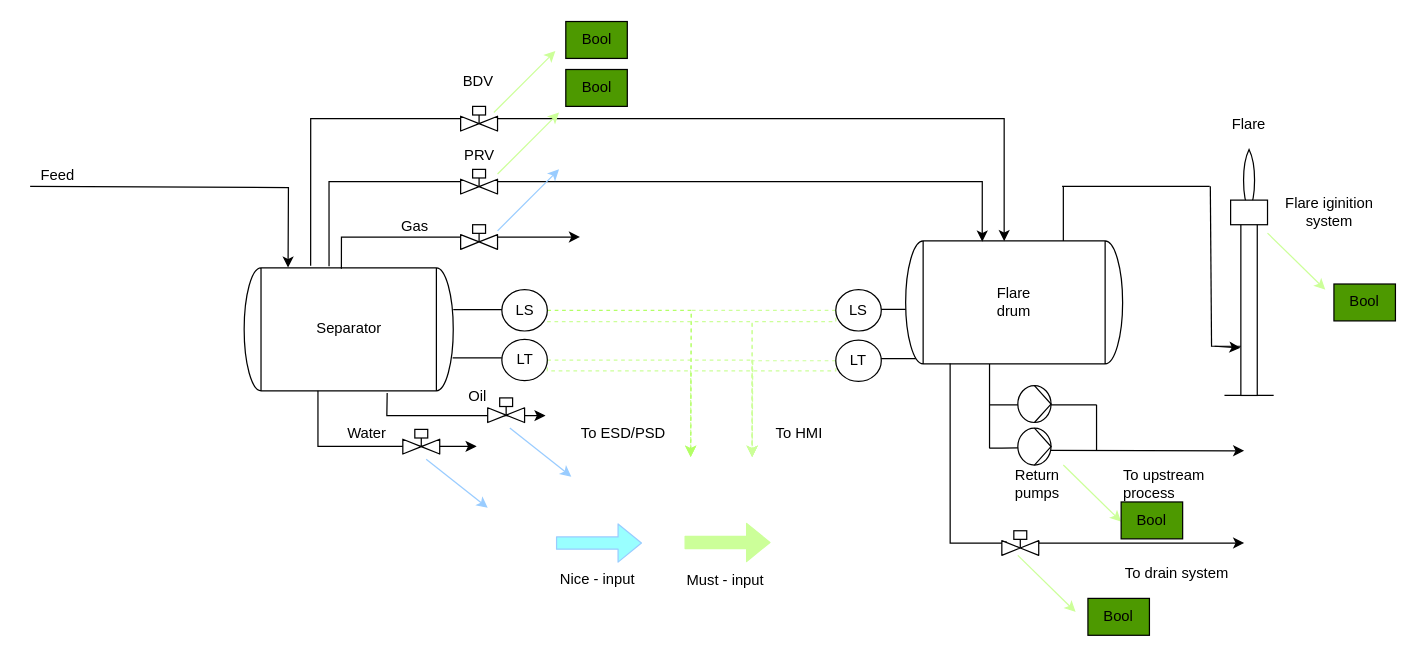
Earlier version of the draw.io diagram diagrams/plc_mapping.drawio (majasma/opc-ua-parser). Source tidied: cells renumbered, new cells numbered last; positions are measured from the earlier drawing's top-left corner, leaving out a move shared by most shapes. Both pictures are drawn from the tidied source at 123%, with x=0, y=0 at pixel (30, 21).
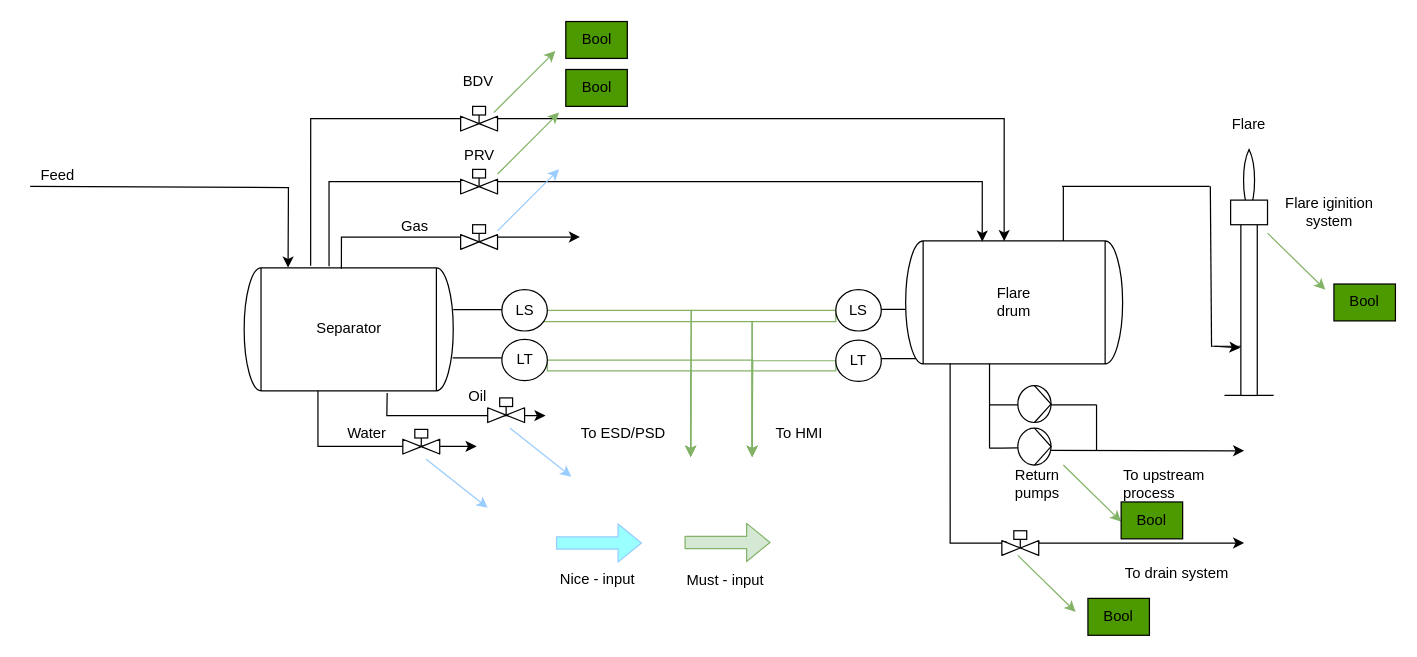
After the change.

Commit message:
fixes to plc mapping

The change refers to these unchanged cells:
```xml
<mxCell id="38" value="LT" style="ellipse;whiteSpace=wrap;html=1;" parent="1" vertex="1">
  <mxGeometry x="383.5" y="258.4" width="37" height="33.6" as="geometry" />
</mxCell>
<mxCell id="42" value="LT" style="ellipse;whiteSpace=wrap;html=1;" parent="1" vertex="1">
  <mxGeometry x="655" y="259" width="37" height="33.6" as="geometry" />
</mxCell>
<mxCell id="45" value="LS" style="ellipse;whiteSpace=wrap;html=1;" parent="1" vertex="1">
  <mxGeometry x="655" y="218" width="37" height="33.6" as="geometry" />
</mxCell>
<mxCell id="48" value="LS" style="ellipse;whiteSpace=wrap;html=1;" parent="1" vertex="1">
  <mxGeometry x="383.5" y="218" width="37" height="33.6" as="geometry" />
</mxCell>
```

Change to the diagram source:
```diff
@@
-    <mxCell id="36" style="edgeStyle=orthogonalEdgeStyle;html=1;exitX=1;exitY=0.5;exitDx=0;exitDy=0;dashed=1;rounded=0;fillColor=#CCFF99;strokeColor=#CCFF99;" parent="1" edge="1" source="38">
+    <mxCell id="36" style="edgeStyle=orthogonalEdgeStyle;html=1;exitX=1;exitY=0.5;exitDx=0;exitDy=0;rounded=0;fillColor=#d5e8d4;strokeColor=#82b366;" parent="1" edge="1" source="38">
       <mxGeometry relative="1" as="geometry">
         <mxPoint x="587" y="354" as="targetPoint" />
       </mxGeometry>
     </mxCell>
-    <mxCell id="37" style="edgeStyle=orthogonalEdgeStyle;html=1;exitX=1;exitY=0.5;exitDx=0;exitDy=0;dashed=1;rounded=0;strokeColor=#CCFF99;" parent="1" edge="1" source="38">
+    <mxCell id="37" style="edgeStyle=orthogonalEdgeStyle;html=1;exitX=1;exitY=0.5;exitDx=0;exitDy=0;rounded=0;strokeColor=#82b366;fillColor=#d5e8d4;" parent="1" edge="1" source="38">
       <mxGeometry relative="1" as="geometry">
         <mxPoint x="537" y="354" as="targetPoint" />
         <Array as="points">
           <mxPoint x="421" y="284" />
           <mxPoint x="537" y="284" />
         </Array>
       </mxGeometry>
     </mxCell>
@@
-    <mxCell id="40" style="edgeStyle=orthogonalEdgeStyle;html=1;exitX=0;exitY=0.5;exitDx=0;exitDy=0;dashed=1;rounded=0;fillColor=#CCFF99;strokeColor=#CCFF99;" parent="1" edge="1" source="42">
+    <mxCell id="40" style="edgeStyle=orthogonalEdgeStyle;html=1;exitX=0;exitY=0.5;exitDx=0;exitDy=0;rounded=0;fillColor=#d5e8d4;strokeColor=#82b366;" parent="1" edge="1" source="42">
       <mxGeometry relative="1" as="geometry">
         <mxPoint x="587" y="354" as="targetPoint" />
         <Array as="points">
           <mxPoint x="587" y="276" />
         </Array>
       </mxGeometry>
     </mxCell>
-    <mxCell id="41" style="edgeStyle=orthogonalEdgeStyle;html=1;exitX=0;exitY=0.5;exitDx=0;exitDy=0;dashed=1;rounded=0;strokeColor=#CCFF99;" parent="1" edge="1" source="42">
+    <mxCell id="41" style="edgeStyle=orthogonalEdgeStyle;html=1;exitX=0;exitY=0.5;exitDx=0;exitDy=0;rounded=0;strokeColor=#82b366;fillColor=#d5e8d4;" parent="1" edge="1" source="42">
       <mxGeometry relative="1" as="geometry">
         <mxPoint x="537" y="354" as="targetPoint" />
         <Array as="points">
           <mxPoint x="655" y="284" />
           <mxPoint x="537" y="284" />
         </Array>
       </mxGeometry>
     </mxCell>
@@
-    <mxCell id="43" style="edgeStyle=orthogonalEdgeStyle;html=1;dashed=1;rounded=0;strokeColor=#CCFF99;" parent="1" edge="1" source="45">
+    <mxCell id="43" style="edgeStyle=orthogonalEdgeStyle;html=1;rounded=0;strokeColor=#82b366;fillColor=#d5e8d4;" parent="1" edge="1" source="45">
       <mxGeometry relative="1" as="geometry">
         <mxPoint x="537" y="354" as="targetPoint" />
       </mxGeometry>
     </mxCell>
-    <mxCell id="44" style="edgeStyle=orthogonalEdgeStyle;html=1;exitX=0;exitY=0.5;exitDx=0;exitDy=0;dashed=1;rounded=0;fillColor=#CCFF99;strokeColor=#CCFF99;" parent="1" edge="1" source="45">
+    <mxCell id="44" style="edgeStyle=orthogonalEdgeStyle;html=1;exitX=0;exitY=0.5;exitDx=0;exitDy=0;rounded=0;fillColor=#d5e8d4;strokeColor=#82b366;" parent="1" edge="1" source="45">
       <mxGeometry relative="1" as="geometry">
         <mxPoint x="587" y="354" as="targetPoint" />
         <Array as="points">
           <mxPoint x="655" y="244" />
           <mxPoint x="587" y="244" />
         </Array>
       </mxGeometry>
     </mxCell>
@@
-    <mxCell id="46" style="edgeStyle=orthogonalEdgeStyle;html=1;exitX=1;exitY=0.5;exitDx=0;exitDy=0;dashed=1;rounded=0;strokeColor=#B3FF66;" parent="1" edge="1" source="48">
+    <mxCell id="46" style="edgeStyle=orthogonalEdgeStyle;html=1;exitX=1;exitY=0.5;exitDx=0;exitDy=0;rounded=0;strokeColor=#82b366;fillColor=#d5e8d4;" parent="1" edge="1" source="48">
       <mxGeometry relative="1" as="geometry">
         <mxPoint x="537" y="354" as="targetPoint" />
       </mxGeometry>
     </mxCell>
-    <mxCell id="47" style="edgeStyle=orthogonalEdgeStyle;html=1;exitX=1;exitY=0.5;exitDx=0;exitDy=0;dashed=1;rounded=0;fillColor=#CCFF99;strokeColor=#CCFF99;" parent="1" edge="1" source="48">
+    <mxCell id="47" style="edgeStyle=orthogonalEdgeStyle;html=1;exitX=1;exitY=0.5;exitDx=0;exitDy=0;rounded=0;fillColor=#d5e8d4;strokeColor=#82b366;" parent="1" edge="1" source="48">
       <mxGeometry relative="1" as="geometry">
         <mxPoint x="587" y="354" as="targetPoint" />
         <Array as="points">
           <mxPoint x="416" y="235" />
           <mxPoint x="416" y="244" />
           <mxPoint x="587" y="244" />
         </Array>
       </mxGeometry>
     </mxCell>
@@
-    <mxCell id="72" style="endArrow=classic;html=1;strokeColor=#CCFF99;fillColor=#CCFF99;" parent="1" edge="1">
+    <mxCell id="72" style="endArrow=classic;html=1;strokeColor=#82b366;fillColor=#d5e8d4;" parent="1" edge="1">
       <mxGeometry relative="1" as="geometry">
         <mxPoint x="377" y="74" as="sourcePoint" />
         <mxPoint x="427" y="24" as="targetPoint" />
       </mxGeometry>
     </mxCell>
-    <mxCell id="73" style="endArrow=classic;html=1;strokeColor=#CCFF99;fillColor=#CCFF99;" parent="1" edge="1">
+    <mxCell id="73" style="endArrow=classic;html=1;strokeColor=#82b366;fillColor=#d5e8d4;" parent="1" edge="1">
       <mxGeometry relative="1" as="geometry">
         <mxPoint x="380" y="124" as="sourcePoint" />
         <mxPoint x="430" y="74" as="targetPoint" />
       </mxGeometry>
     </mxCell>
@@
-    <mxCell id="77" style="endArrow=classic;html=1;strokeColor=#CCFF99;fillColor=#CCFF99;" parent="1" edge="1">
+    <mxCell id="77" style="endArrow=classic;html=1;strokeColor=#82b366;fillColor=#d5e8d4;" parent="1" edge="1">
       <mxGeometry relative="1" as="geometry">
         <mxPoint x="803" y="434" as="sourcePoint" />
         <mxPoint x="850" y="480" as="targetPoint" />
       </mxGeometry>
     </mxCell>
-    <mxCell id="78" style="endArrow=classic;html=1;strokeColor=#CCFF99;fillColor=#CCFF99;" parent="1" edge="1">
+    <mxCell id="78" style="endArrow=classic;html=1;strokeColor=#82b366;fillColor=#d5e8d4;" parent="1" edge="1">
       <mxGeometry relative="1" as="geometry">
         <mxPoint x="840" y="360.6" as="sourcePoint" />
         <mxPoint x="887" y="406.6" as="targetPoint" />
       </mxGeometry>
     </mxCell>
-    <mxCell id="79" style="endArrow=classic;html=1;strokeColor=#CCFF99;fillColor=#CCFF99;" parent="1" edge="1">
+    <mxCell id="79" style="endArrow=classic;html=1;strokeColor=#82b366;fillColor=#d5e8d4;" parent="1" edge="1">
       <mxGeometry relative="1" as="geometry">
         <mxPoint x="1006" y="172" as="sourcePoint" />
         <mxPoint x="1053" y="218" as="targetPoint" />
       </mxGeometry>
     </mxCell>
-    <mxCell id="80" style="shape=flexArrow;endArrow=classic;html=1;strokeColor=#CCFF99;fillColor=#CCFF99;" parent="1" edge="1">
+    <mxCell id="80" style="shape=flexArrow;endArrow=classic;html=1;strokeColor=#82b366;fillColor=#d5e8d4;gradientColor=none;" parent="1" edge="1">
       <mxGeometry relative="1" as="geometry">
         <mxPoint x="532" y="423.5" as="sourcePoint" />
         <mxPoint x="602" y="423.5" as="targetPoint" />
       </mxGeometry>
     </mxCell>
```
